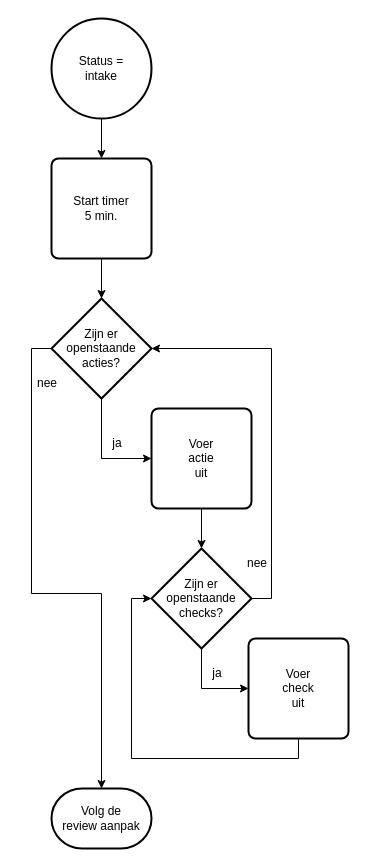
Earlier version of the draw.io diagram 1 Issue Tracker intake.drawio (Zaibatsu89/IssueTracker). Source tidied: cells renumbered, new cells numbered last; positions are measured from the earlier drawing's top-left corner, leaving out a move shared by most shapes. Both pictures are drawn from the tidied source at 100%, with x=0, y=0 at pixel (17, 18).
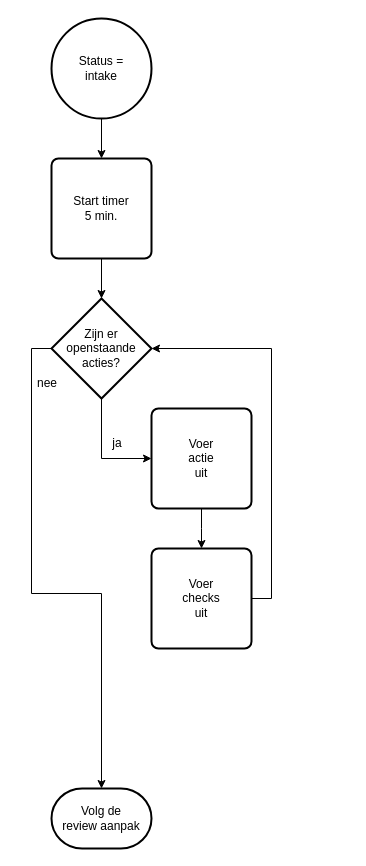
The same page after the edit.

Commit message (it also covers changes not shown here):
flowcharts: voer checks uit

The change refers to these unchanged cells:
```xml
<mxCell id="7" value="Zijn er&lt;br&gt;openstaande&lt;br&gt;acties?" style="strokeWidth=2;html=1;shape=mxgraph.flowchart.decision;whiteSpace=wrap;" parent="1" vertex="1">
  <mxGeometry x="34" y="280" width="100" height="100" as="geometry" />
</mxCell>
<mxCell id="14" value="Voer&lt;br&gt;actie&lt;br&gt;uit" style="rounded=1;whiteSpace=wrap;html=1;absoluteArcSize=1;arcSize=14;strokeWidth=2;" parent="1" vertex="1">
  <mxGeometry x="134" y="390" width="100" height="100" as="geometry" />
</mxCell>
```

Change to the diagram source:
```diff
@@
-    <mxCell id="8" style="edgeStyle=orthogonalEdgeStyle;rounded=0;jettySize=auto;html=1;exitX=0.5;exitY=1;exitDx=0;exitDy=0;entryX=0;entryY=0.5;entryDx=0;entryDy=0;exitPerimeter=0;" parent="1" edge="1" source="9" target="11">
-      <mxGeometry relative="1" as="geometry" />
-    </mxCell>
-    <mxCell id="9" value="Zijn er&lt;br&gt;openstaande&lt;br&gt;checks?" style="strokeWidth=2;html=1;shape=mxgraph.flowchart.decision;whiteSpace=wrap;" parent="1" vertex="1">
-      <mxGeometry x="134" y="530" width="100" height="100" as="geometry" />
-    </mxCell>
-    <mxCell id="10" value="ja" style="text;html=1;whiteSpace=wrap;strokeColor=none;fillColor=none;align=center;verticalAlign=middle;rounded=0;" parent="1" vertex="1">
-      <mxGeometry x="170" y="640" width="60" height="30" as="geometry" />
-    </mxCell>
-    <mxCell id="11" value="Voer&lt;br&gt;check&lt;br&gt;uit" style="rounded=1;whiteSpace=wrap;html=1;absoluteArcSize=1;arcSize=14;strokeWidth=2;" parent="1" vertex="1">
-      <mxGeometry x="231" y="620" width="100" height="100" as="geometry" />
+    <mxCell id="11" value="Voer&lt;br&gt;checks&lt;br&gt;uit" style="rounded=1;whiteSpace=wrap;html=1;absoluteArcSize=1;arcSize=14;strokeWidth=2;" parent="1" vertex="1">
+      <mxGeometry x="134" y="530" width="100" height="100" as="geometry" />
     </mxCell>
@@
-    <mxCell id="13" style="edgeStyle=orthogonalEdgeStyle;rounded=0;jettySize=auto;html=1;" parent="1" edge="1" source="14" target="9">
-      <mxGeometry relative="1" as="geometry" />
+    <mxCell id="13" style="edgeStyle=orthogonalEdgeStyle;rounded=0;jettySize=auto;html=1;" parent="1" edge="1" source="14">
+      <mxGeometry relative="1" as="geometry">
+        <mxPoint x="184" y="530" as="targetPoint" />
+      </mxGeometry>
     </mxCell>
@@
-    <mxCell id="15" value="nee" style="text;html=1;whiteSpace=wrap;strokeColor=none;fillColor=none;align=center;verticalAlign=middle;rounded=0;" parent="1" vertex="1">
-      <mxGeometry x="210" y="530" width="60" height="30" as="geometry" />
-    </mxCell>
@@
-    <mxCell id="18" style="edgeStyle=orthogonalEdgeStyle;rounded=0;jettySize=auto;html=1;exitX=0.5;exitY=1;exitDx=0;exitDy=0;entryX=0;entryY=0.5;entryDx=0;entryDy=0;entryPerimeter=0;" parent="1" edge="1" source="11" target="9">
-      <mxGeometry relative="1" as="geometry" />
-    </mxCell>
-    <mxCell id="19" style="edgeStyle=orthogonalEdgeStyle;rounded=0;jettySize=auto;html=1;exitX=1;exitY=0.5;exitDx=0;exitDy=0;exitPerimeter=0;entryX=1;entryY=0.5;entryDx=0;entryDy=0;entryPerimeter=0;" parent="1" edge="1" source="9" target="7">
-      <mxGeometry relative="1" as="geometry" />
-    </mxCell>
@@
+    <mxCell id="21" style="edgeStyle=orthogonalEdgeStyle;rounded=0;jettySize=auto;html=1;exitX=1;exitY=0.5;exitDx=0;exitDy=0;entryX=1;entryY=0.5;entryDx=0;entryDy=0;entryPerimeter=0;" parent="1" edge="1" source="11" target="7">
+      <mxGeometry relative="1" as="geometry" />
+    </mxCell>
```
